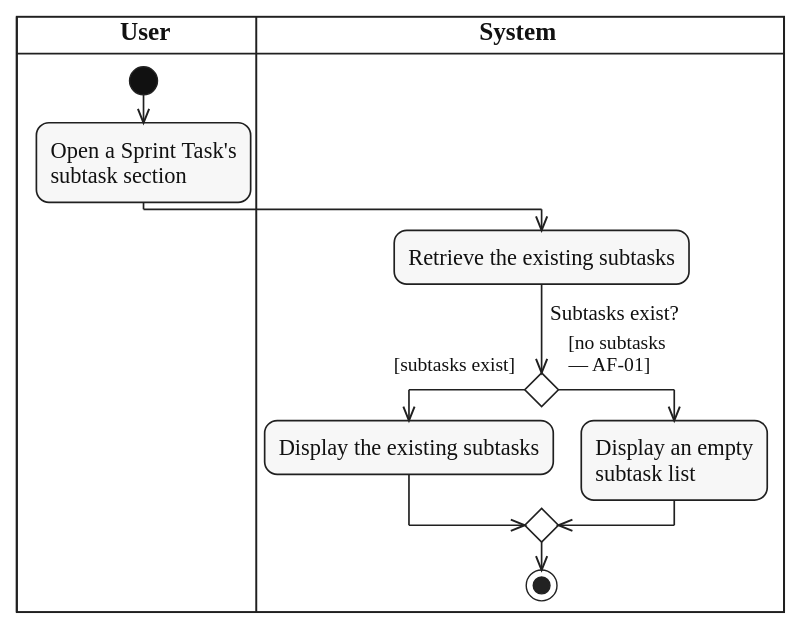
The PlantUML diagram diagrams/activity/sprint-work/svg/UC-SUBTASKS-VIEW.svg in lukenab/swd392-doc-automation, before a commit. Its source is kept beside it as diagrams/activity/sprint-work/source/UC-SUBTASKS-VIEW.puml. Source of this version:
```plantuml
@startuml UC-SUBTASKS-VIEW
!include ../../_shared/activity-style.puml
|USR| $lane_title("User")
|SYS| $lane_title("System")

|USR|
start
:Open a Sprint Task's
subtask section;
|SYS|
:Retrieve the existing subtasks;
if ($question("Subtasks exist?")) then ($guard_left("[subtasks exist]"))
  :Display the existing subtasks;
else ($guard_right("[no subtasks", "— AF-01]"))
  :Display an empty
  subtask list;
endif
stop
@enduml
```
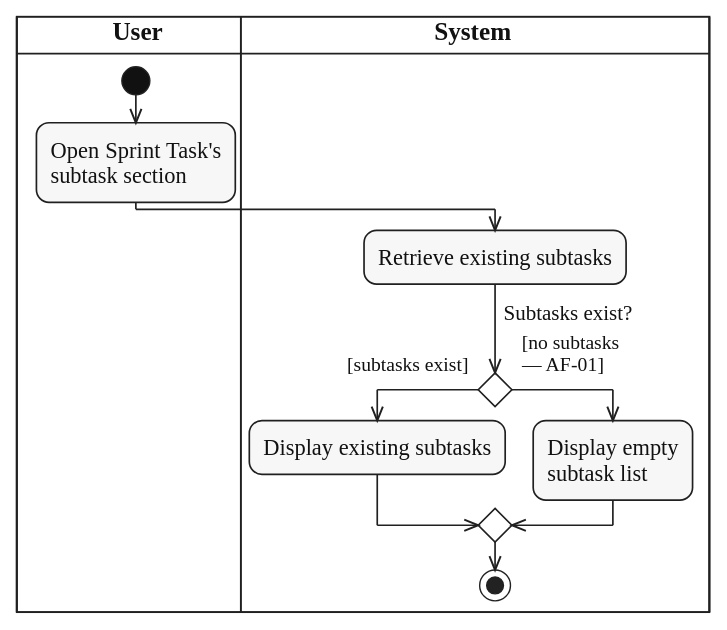
Later version of the same file.

The edit, as a diff of the source:
```diff
@@ -5,14 +5,14 @@
 
 |USR|
 start
-:Open a Sprint Task's
+:Open Sprint Task's
 subtask section;
 |SYS|
-:Retrieve the existing subtasks;
+:Retrieve existing subtasks;
 if ($question("Subtasks exist?")) then ($guard_left("[subtasks exist]"))
-  :Display the existing subtasks;
+  :Display existing subtasks;
 else ($guard_right("[no subtasks", "— AF-01]"))
-  :Display an empty
+  :Display empty
   subtask list;
 endif
 stop
```
